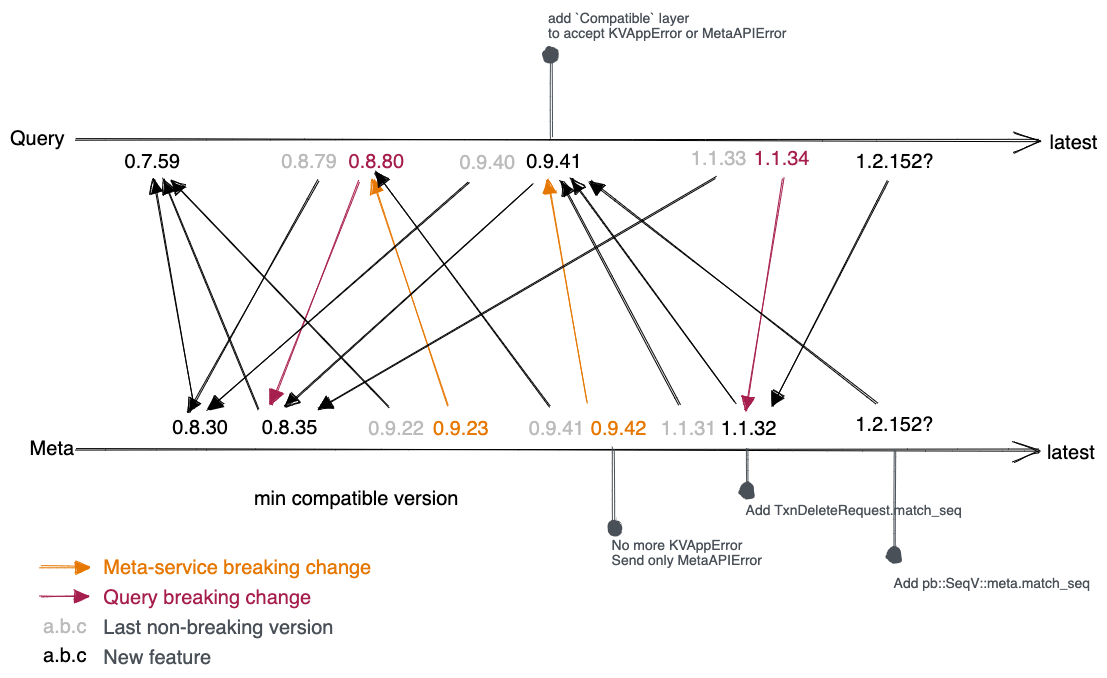
The Excalidraw diagram docs/public/img/deploy/compatibility.excalidraw.png in databendlabs/databend, before a commit. Source tidied: one line per element, renumbered; positions are measured from the earlier drawing's top-left corner, leaving out a move shared by most shapes.
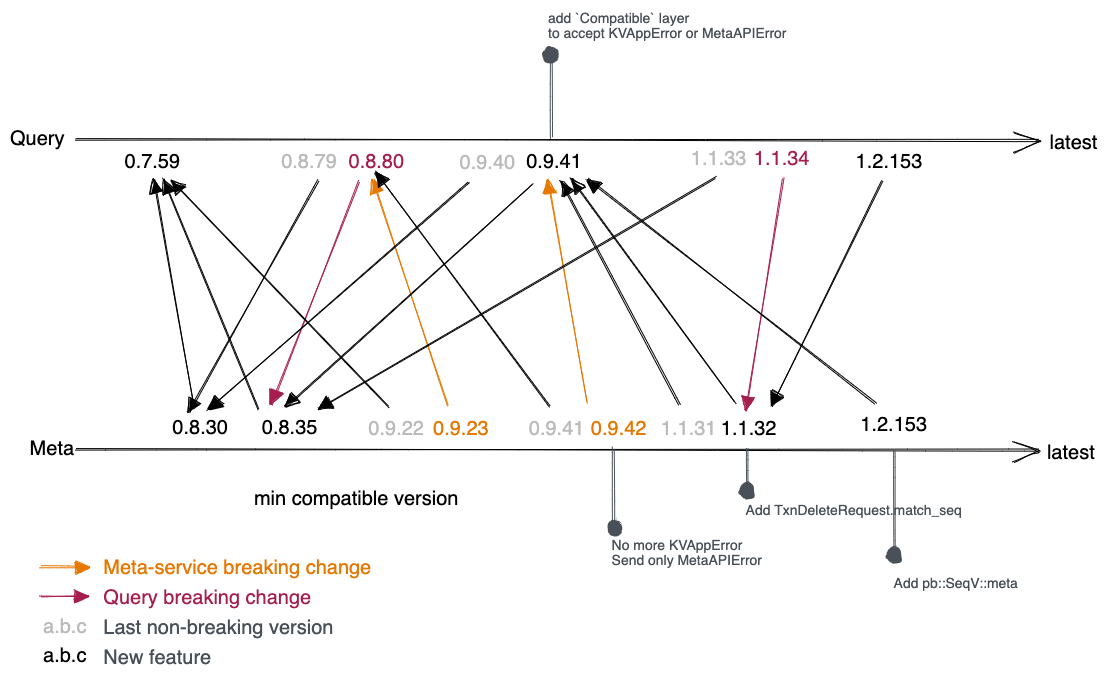
The same diagram one commit later.

Commit message:
chore: update meta-query compatibility doc

Diff of the diagram source:
```diff
@@ -48,9 +48,9 @@
 {"id": 47, "type": "text", "text": "0.9.40", "strokeColor": "#bbb", "strokeWidth": 1, "roughness": 1, "fontSize": 20, "fontFamily": 2, "x": 450, "y": 491, "width": 56, "height": 23}
 {"id": 48, "type": "arrow", "strokeColor": "#000000", "backgroundColor": "#ced4da", "fillStyle": "hachure", "strokeWidth": 1, "roughness": 1, "endArrowhead": "triangle", "round": true, "from": 47, "to": 5, "x": 459, "y": 523, "width": 262, "height": 228, "points": [[0, 0], [-262, 228]]}
 {"id": 49, "type": "arrow", "strokeColor": "#000000", "backgroundColor": "#ced4da", "fillStyle": "hachure", "strokeWidth": 1, "roughness": 1, "endArrowhead": "triangle", "round": true, "from": 21, "to": 9, "x": 669, "y": 746, "width": 119, "height": 224, "points": [[0, 0], [-119, -224]]}
-{"id": 50, "type": "text", "text": "1.2.152?", "strokeColor": "#000000", "strokeWidth": 1, "roughness": 1, "fontSize": 20, "fontFamily": 2, "x": 845, "y": 754, "width": 78, "height": 23}
+{"id": 50, "type": "text", "text": "1.2.153", "strokeColor": "#000000", "strokeWidth": 1, "roughness": 1, "fontSize": 20, "fontFamily": 2, "x": 850, "y": 754, "width": 67, "height": 23}
-{"id": 51, "type": "text", "text": "1.2.152?", "strokeColor": "#000000", "strokeWidth": 1, "roughness": 1, "fontSize": 20, "fontFamily": 2, "x": 846, "y": 490, "width": 78, "height": 23}
+{"id": 51, "type": "text", "text": "1.2.153", "strokeColor": "#000000", "strokeWidth": 1, "roughness": 1, "fontSize": 20, "fontFamily": 2, "x": 846, "y": 490, "width": 67, "height": 23}
-{"id": 52, "type": "arrow", "strokeColor": "#000000", "strokeWidth": 1, "roughness": 1, "endArrowhead": "triangle", "round": true, "from": 51, "to": 20, "x": 878, "y": 522, "width": 116, "height": 225, "points": [[0, 0], [-116, 225]]}
+{"id": 52, "type": "arrow", "strokeColor": "#000000", "strokeWidth": 1, "roughness": 1, "endArrowhead": "triangle", "round": true, "from": 51, "to": 20, "x": 872, "y": 522, "width": 111, "height": 225, "points": [[0, 0], [-111, 225]]}
-{"id": 53, "type": "arrow", "strokeColor": "#000000", "strokeWidth": 1, "roughness": 1, "endArrowhead": "triangle", "round": true, "from": 50, "to": 9, "x": 866, "y": 745, "width": 285, "height": 223, "points": [[0, 0], [-285, -223]]}
+{"id": 53, "type": "arrow", "strokeColor": "#000000", "strokeWidth": 1, "roughness": 1, "endArrowhead": "triangle", "round": true, "from": 50, "to": 9, "x": 865, "y": 745, "width": 286, "height": 225, "points": [[0, 0], [-286, -225]]}
-{"id": 54, "type": "text", "text": "Add pb::SeqV::meta.match_seq", "strokeColor": "#495057", "strokeWidth": 1, "roughness": 1, "fontSize": 13.94, "fontFamily": 2, "x": 884, "y": 916, "width": 196, "height": 16}
+{"id": 54, "type": "text", "text": "Add pb::SeqV::meta", "strokeColor": "#495057", "strokeWidth": 1, "roughness": 1, "fontSize": 13.94, "fontFamily": 2, "x": 884, "y": 916, "width": 124, "height": 16}
-{"id": 55, "type": "arrow", "strokeColor": "#495057", "strokeWidth": 1, "roughness": 1, "endArrowhead": "dot", "round": true, "from": 50, "x": 886, "y": 792, "width": 0, "height": 106, "points": [[0, 0], [0, 106]]}
+{"id": 55, "type": "arrow", "strokeColor": "#495057", "strokeWidth": 1, "roughness": 1, "endArrowhead": "dot", "round": true, "from": 50, "x": 885, "y": 792, "width": 1, "height": 106, "points": [[0, 0], [1, 106]]}
```
